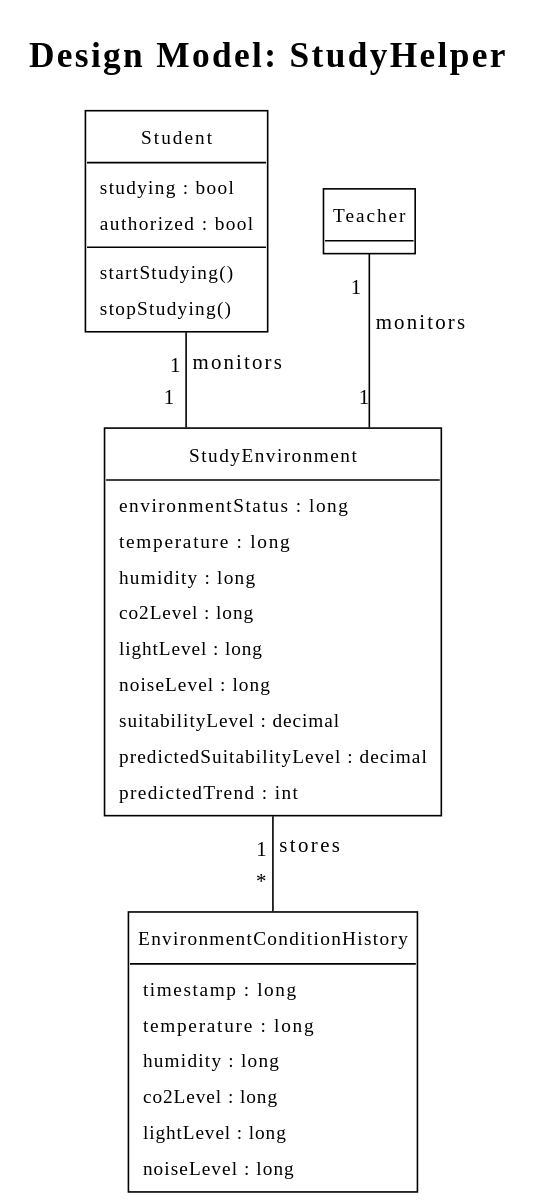
SEP4Real/SEP4 keeps this PlantUML diagram as Documentation/Analysis/StudyHelper.design.svg. Above is the earlier version.
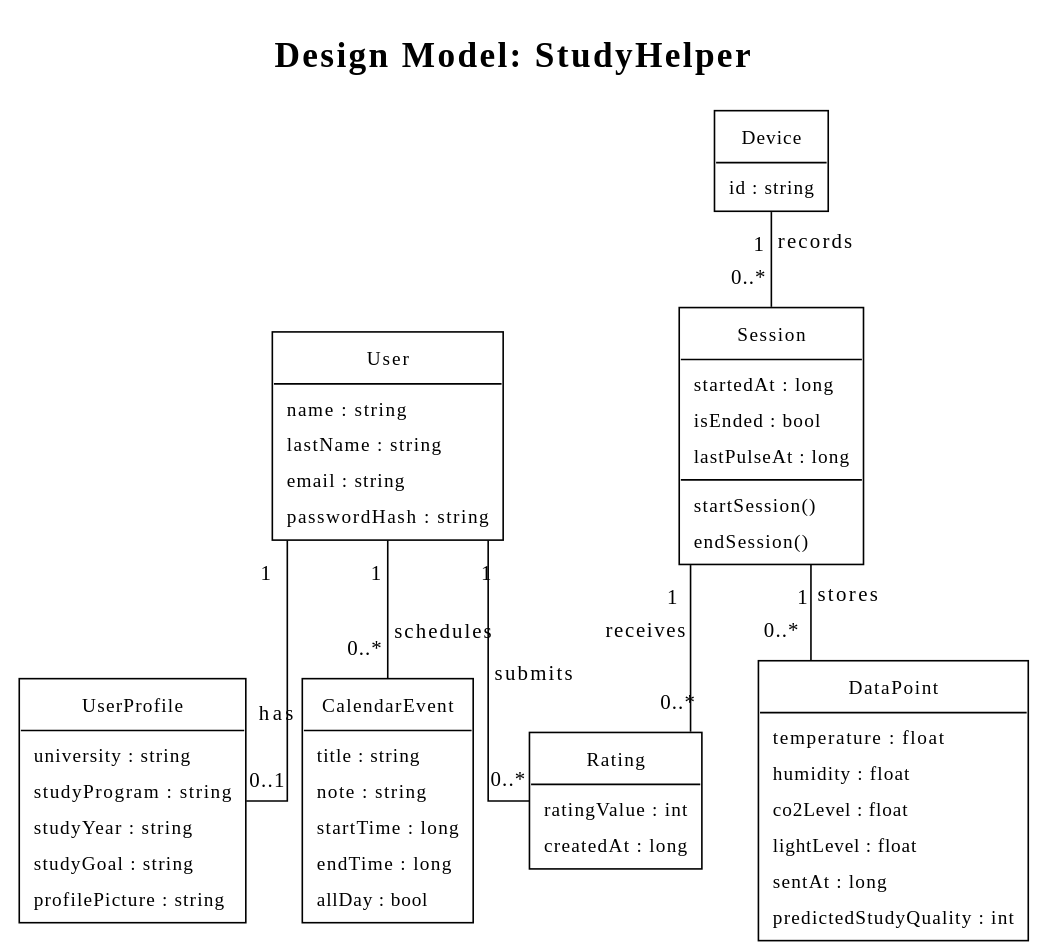
After the commit.

What changed in the source:
```diff
@@ -1,34 +1,52 @@
 @startuml
 title Design Model: StudyHelper
 !include https://raw.githubusercontent.com/fredoslav2004/MinimalThemePUML/refs/heads/main/minimal-theme.puml
-class Student {
-  studying : bool
-  authorized : bool
-  startStudying()
-  stopStudying()
+class User {
+  name : string
+  lastName : string
+  email : string
+  passwordHash : string
 }
-class Teacher {
+class UserProfile {
+  university : string
+  studyProgram : string
+  studyYear : string
+  studyGoal : string
+  profilePicture : string
 }
-class StudyEnvironment {
-  environmentStatus : long
-  temperature : long
-  humidity : long
-  co2Level : long
-  lightLevel : long
-  noiseLevel : long
-  suitabilityLevel : decimal
-  predictedSuitabilityLevel : decimal
-  predictedTrend : int
+class Device {
+  id : string
 }
-class EnvironmentConditionHistory {
-  timestamp : long
-  temperature : long
-  humidity : long
-  co2Level : long
-  lightLevel : long
-  noiseLevel : long
+class Session {
+  startedAt : long
+  isEnded : bool
+  lastPulseAt : long
+  startSession()
+  endSession()
 }
-Student "1" -- "1" StudyEnvironment : monitors
-Teacher "1" -- "1" StudyEnvironment : monitors
-StudyEnvironment "1" -- "*" EnvironmentConditionHistory : stores
+class DataPoint {
+  temperature : float
+  humidity : float
+  co2Level : float
+  lightLevel : float
+  sentAt : long
+  predictedStudyQuality : int
+}
+class Rating {
+  ratingValue : int
+  createdAt : long
+}
+class CalendarEvent {
+  title : string
+  note : string
+  startTime : long
+  endTime : long
+  allDay : bool
+}
+User "1" -- "0..1" UserProfile : has
+User "1" -- "0..*" CalendarEvent : schedules
+User "1" -- "0..*" Rating : submits
+Device "1" -- "0..*" Session : records
+Session "1" -- "0..*" DataPoint : stores
+Session "1" -- "0..*" Rating : receives
 @enduml
```
